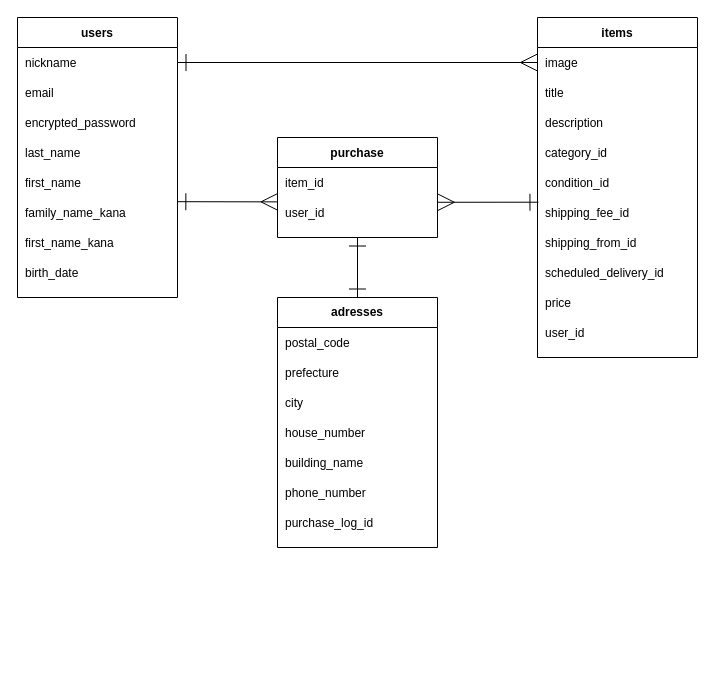
Above: er.dio in Maikowazowski/furima-35921 (draw.io), before the change. Source tidied: cells renumbered, new cells numbered last; positions are measured from the earlier drawing's top-left corner, leaving out a move shared by most shapes. Both pictures are drawn from the tidied source at 100%, with x=0, y=0 at pixel (17, 17).
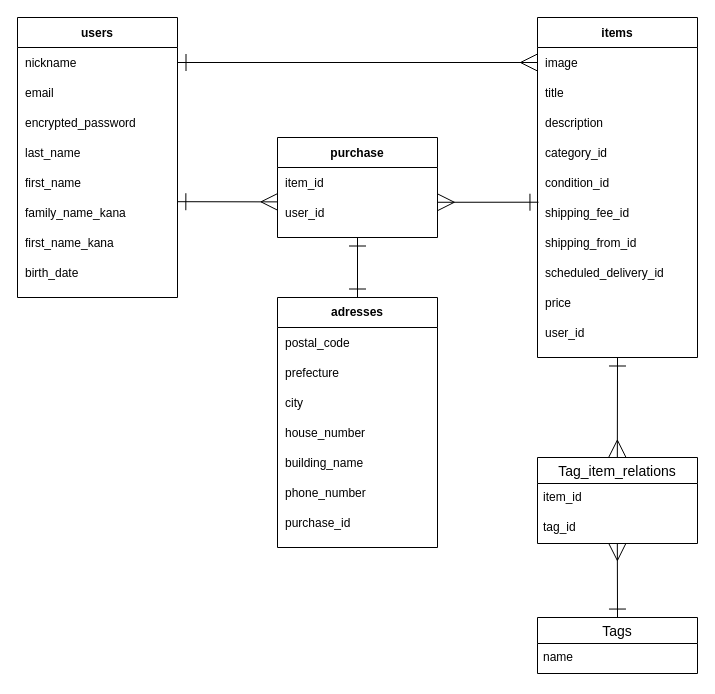
Above is the later version.

Commit message (it also covers changes not shown here):
ER図、READMEの追記

The change refers to these unchanged cells:
```xml
<mxCell id="33" style="shape=partialRectangle;fillColor=none;top=0;left=0;bottom=0;right=0;" parent="20" vertex="1">
  <mxGeometry y="210" width="160" height="30" as="geometry" />
</mxCell>
```

Change to the diagram source:
```diff
@@
-    <mxCell id="34" value="purchase_log_id" style="shape=partialRectangle;fillColor=none;top=0;left=0;bottom=0;right=0;align=left;spacingLeft=6;overflow=hidden;" parent="33" vertex="1">
+    <mxCell id="34" value="purchase_id" style="shape=partialRectangle;fillColor=none;top=0;left=0;bottom=0;right=0;align=left;spacingLeft=6;overflow=hidden;" parent="33" vertex="1">
       <mxGeometry width="160" height="30" as="geometry" />
     </mxCell>
@@
+    <mxCell id="64" value="Tags" style="swimlane;fontStyle=0;horizontal=1;startSize=26;align=center;fontSize=14;" parent="1" vertex="1">
+      <mxGeometry x="520" y="600" width="160" height="56" as="geometry" />
+    </mxCell>
+    <mxCell id="65" value="name" style="text;strokeColor=none;fillColor=none;spacingLeft=4;spacingRight=4;overflow=hidden;fontSize=12;" parent="64" vertex="1">
+      <mxGeometry y="26" width="160" height="30" as="geometry" />
+    </mxCell>
+    <mxCell id="66" value="Tag_item_relations" style="swimlane;fontStyle=0;horizontal=1;startSize=26;align=center;fontSize=14;" parent="1" vertex="1">
+      <mxGeometry x="520" y="440" width="160" height="86" as="geometry" />
+    </mxCell>
+    <mxCell id="67" value="item_id" style="text;strokeColor=none;fillColor=none;spacingLeft=4;spacingRight=4;overflow=hidden;fontSize=12;" parent="66" vertex="1">
+      <mxGeometry y="26" width="160" height="30" as="geometry" />
+    </mxCell>
+    <mxCell id="68" value="tag_id" style="text;strokeColor=none;fillColor=none;spacingLeft=4;spacingRight=4;overflow=hidden;points=[[0,0.5],[1,0.5]];portConstraint=eastwest;fontSize=12;" parent="66" vertex="1">
+      <mxGeometry y="56" width="160" height="30" as="geometry" />
+    </mxCell>
+    <mxCell id="69" style="endArrow=ERmany;html=1;rounded=0;entryX=0.499;entryY=1.002;entryDx=0;entryDy=0;entryPerimeter=0;exitX=0.5;exitY=0.001;exitDx=0;exitDy=0;exitPerimeter=0;startArrow=ERone;startFill=0;endFill=0;endSize=15;startSize=15;" parent="1" edge="1" source="64" target="68">
+      <mxGeometry relative="1" as="geometry" />
+    </mxCell>
+    <mxCell id="70" style="endArrow=ERmany;html=1;rounded=0;startSize=15;endSize=15;entryX=0.499;entryY=-0.005;entryDx=0;entryDy=0;entryPerimeter=0;startArrow=ERone;startFill=0;endFill=0;" parent="1" edge="1" target="66">
+      <mxGeometry relative="1" as="geometry">
+        <mxPoint x="600" y="340" as="sourcePoint" />
+      </mxGeometry>
+    </mxCell>
```
